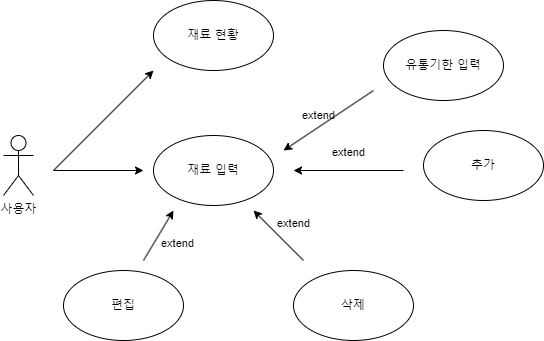
This is 수정/재료 관리-수정.png from Yoon-jae-min/UsecaseDiagram, a draw.io export, as it was before one commit. Source tidied: cells renumbered, new cells last; positions are measured from the earlier drawing's top-left corner, leaving out a move shared by most shapes.
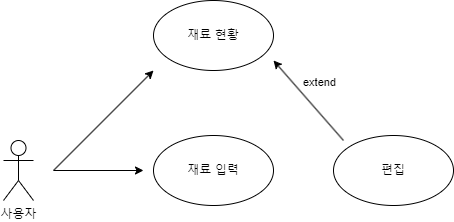
After the change.

Commit message:
재료 관리-수정.png 업데이트

Diff of the diagram source:
```diff
@@ -3,7 +3,7 @@
     <mxCell id="0" />
     <mxCell id="1" parent="0" />
     <mxCell id="2" value="사용자" style="shape=umlActor;verticalLabelPosition=bottom;verticalAlign=top;html=1;fillColor=none;" parent="1" vertex="1">
-      <mxGeometry y="135" width="30" height="60" as="geometry" />
+      <mxGeometry y="140" width="30" height="60" as="geometry" />
     </mxCell>
     <mxCell id="3" value="재료 현황" style="ellipse;whiteSpace=wrap;html=1;fillColor=none;" parent="1" vertex="1">
       <mxGeometry x="150" width="120" height="70" as="geometry" />
@@ -11,14 +11,8 @@
     <mxCell id="4" value="재료 입력" style="ellipse;whiteSpace=wrap;html=1;fillColor=none;" parent="1" vertex="1">
       <mxGeometry x="150" y="135" width="120" height="70" as="geometry" />
     </mxCell>
-    <mxCell id="5" value="추가" style="ellipse;whiteSpace=wrap;html=1;fillColor=none;" parent="1" vertex="1">
-      <mxGeometry x="420" y="130" width="120" height="70" as="geometry" />
-    </mxCell>
-    <mxCell id="6" value="삭제" style="ellipse;whiteSpace=wrap;html=1;fillColor=none;" parent="1" vertex="1">
-      <mxGeometry x="290" y="270" width="120" height="70" as="geometry" />
-    </mxCell>
     <mxCell id="7" value="편집" style="ellipse;whiteSpace=wrap;html=1;fillColor=none;" parent="1" vertex="1">
-      <mxGeometry x="60" y="270" width="120" height="70" as="geometry" />
+      <mxGeometry x="330" y="135" width="120" height="70" as="geometry" />
     </mxCell>
     <mxCell id="8" style="endArrow=classic;html=1;rounded=0;labelBackgroundColor=none;" parent="1" edge="1">
       <mxGeometry relative="1" as="geometry">
@@ -32,32 +26,11 @@
         <mxPoint x="140" y="170" as="targetPoint" />
       </mxGeometry>
     </mxCell>
-    <mxCell id="10" value="extend" style="endArrow=classic;html=1;rounded=0;labelBackgroundColor=none;" parent="1" edge="1">
-      <mxGeometry y="-18" relative="1" as="geometry">
-        <mxPoint x="400" y="170" as="sourcePoint" />
-        <mxPoint x="290" y="170" as="targetPoint" />
-      </mxGeometry>
-    </mxCell>
-    <mxCell id="11" value="extend" style="endArrow=classic;html=1;rounded=0;labelBackgroundColor=none;" parent="1" edge="1">
-      <mxGeometry x="-0.06" y="-19" relative="1" as="geometry">
-        <mxPoint x="300" y="260" as="sourcePoint" />
-        <mxPoint x="250" y="210" as="targetPoint" />
-      </mxGeometry>
-    </mxCell>
     <mxCell id="12" value="extend" style="endArrow=classic;html=1;rounded=0;labelBackgroundColor=none;" parent="1" edge="1">
       <mxGeometry x="0.1" y="-20" relative="1" as="geometry">
-        <mxPoint x="140" y="260" as="sourcePoint" />
-        <mxPoint x="170" y="210" as="targetPoint" />
+        <mxPoint x="340" y="140" as="sourcePoint" />
+        <mxPoint x="270" y="60" as="targetPoint" />
       </mxGeometry>
     </mxCell>
-    <mxCell id="13" value="유통기한 입력" style="ellipse;whiteSpace=wrap;html=1;fillColor=none;" parent="1" vertex="1">
-      <mxGeometry x="380" y="30" width="120" height="70" as="geometry" />
-    </mxCell>
-    <mxCell id="14" value="extend" style="endArrow=classic;html=1;rounded=0;labelBackgroundColor=none;" parent="1" edge="1">
-      <mxGeometry x="0.11" y="-10" relative="1" as="geometry">
-        <mxPoint x="370" y="90" as="sourcePoint" />
-        <mxPoint x="280" y="150" as="targetPoint" />
-      </mxGeometry>
-    </mxCell>
   </root>
 </mxGraphModel>
```
